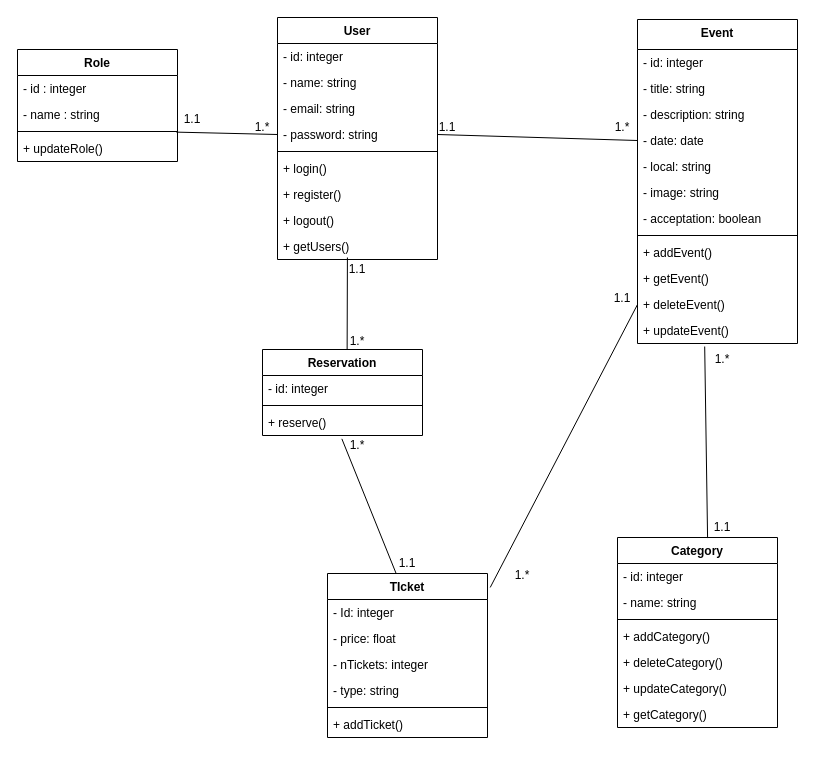
salekelfahim/Evento keeps this draw.io diagram as Conception/DiagrammeDeClasses.drawio. Above is the earlier version. Source tidied: cells renumbered, new cells numbered last; positions are measured from the earlier drawing's top-left corner, leaving out a move shared by most shapes. Both pictures are drawn from the tidied source at 100%, with x=0, y=0 at pixel (17, 17).
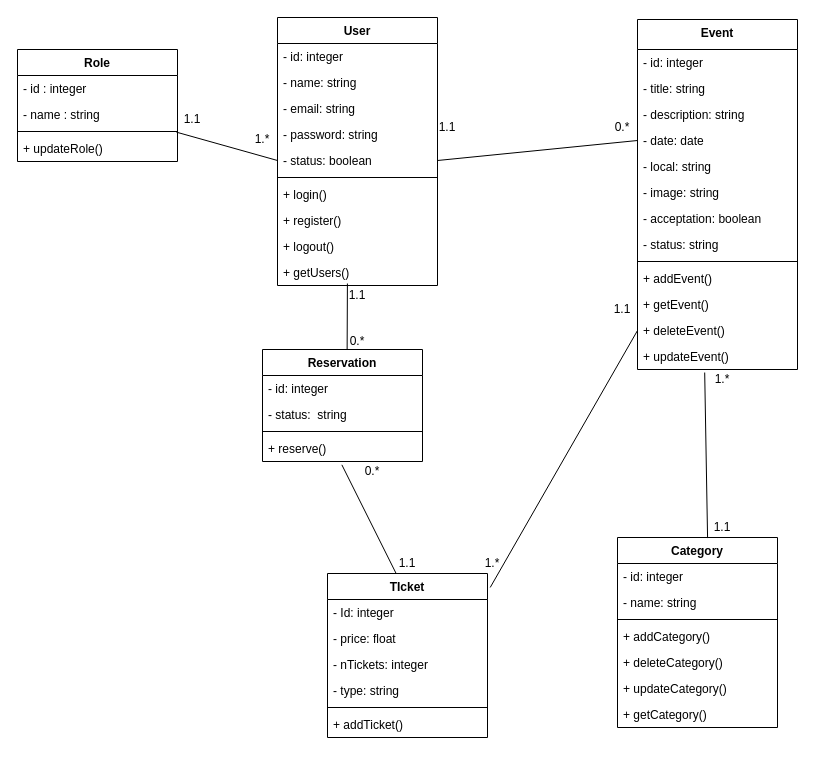
Above is the later version.

Diff of the diagram source:
```diff
@@
     <mxCell id="2" value="User" style="swimlane;fontStyle=1;align=center;verticalAlign=top;horizontal=1;startSize=26;" parent="1" vertex="1">
-      <mxGeometry x="260" width="160" height="242" as="geometry" />
+      <mxGeometry x="260" width="160" height="268" as="geometry" />
     </mxCell>
@@
+    <mxCell id="67" value="- password: string" style="text;strokeColor=none;fillColor=none;align=left;verticalAlign=top;spacingLeft=4;spacingRight=4;overflow=hidden;" parent="2" vertex="1">
+      <mxGeometry y="104" width="160" height="26" as="geometry" />
+    </mxCell>
-    <mxCell id="6" value="- password: string" style="text;strokeColor=none;fillColor=none;align=left;verticalAlign=top;spacingLeft=4;spacingRight=4;overflow=hidden;points=[[0,0.5],[1,0.5]];portConstraint=eastwest;" parent="2" vertex="1">
-      <mxGeometry y="104" width="160" height="26" as="geometry" />
+    <mxCell id="6" value="- status: boolean" style="text;strokeColor=none;fillColor=none;align=left;verticalAlign=top;spacingLeft=4;spacingRight=4;overflow=hidden;points=[[0,0.5],[1,0.5]];portConstraint=eastwest;" parent="2" vertex="1">
+      <mxGeometry y="130" width="160" height="26" as="geometry" />
     </mxCell>
     <mxCell id="7" style="line;strokeWidth=1;fillColor=none;align=left;verticalAlign=middle;spacingTop=-1;spacingLeft=3;spacingRight=3;labelPosition=right;strokeColor=inherit;" parent="2" vertex="1">
-      <mxGeometry y="130" width="160" height="8" as="geometry" />
+      <mxGeometry y="156" width="160" height="8" as="geometry" />
     </mxCell>
     <mxCell id="8" value="+ login()" style="text;strokeColor=none;fillColor=none;align=left;verticalAlign=top;spacingLeft=4;spacingRight=4;overflow=hidden;" parent="2" vertex="1">
-      <mxGeometry y="138" width="160" height="26" as="geometry" />
+      <mxGeometry y="164" width="160" height="26" as="geometry" />
     </mxCell>
     <mxCell id="9" value="+ register()" style="text;strokeColor=none;fillColor=none;align=left;verticalAlign=top;spacingLeft=4;spacingRight=4;overflow=hidden;" parent="2" vertex="1">
-      <mxGeometry y="164" width="160" height="26" as="geometry" />
+      <mxGeometry y="190" width="160" height="26" as="geometry" />
     </mxCell>
     <mxCell id="10" value="+ logout()" style="text;strokeColor=none;fillColor=none;align=left;verticalAlign=top;spacingLeft=4;spacingRight=4;overflow=hidden;" parent="2" vertex="1">
-      <mxGeometry y="190" width="160" height="26" as="geometry" />
+      <mxGeometry y="216" width="160" height="26" as="geometry" />
     </mxCell>
     <mxCell id="11" value="+ getUsers()" style="text;strokeColor=none;fillColor=none;align=left;verticalAlign=top;spacingLeft=4;spacingRight=4;overflow=hidden;points=[[0,0.5],[1,0.5]];portConstraint=eastwest;" parent="2" vertex="1">
-      <mxGeometry y="216" width="160" height="26" as="geometry" />
+      <mxGeometry y="242" width="160" height="26" as="geometry" />
     </mxCell>
     <mxCell id="12" value="Event" style="swimlane;fontStyle=1;align=center;verticalAlign=top;horizontal=1;startSize=30;" parent="1" vertex="1">
-      <mxGeometry x="620" y="2" width="160" height="324" as="geometry" />
+      <mxGeometry x="620" y="2" width="160" height="350" as="geometry" />
     </mxCell>
@@
+    <mxCell id="68" value="- status: string" style="text;strokeColor=none;fillColor=none;align=left;verticalAlign=top;spacingLeft=4;spacingRight=4;overflow=hidden;" parent="12" vertex="1">
+      <mxGeometry y="212" width="160" height="26" as="geometry" />
+    </mxCell>
     <mxCell id="20" style="line;strokeWidth=1;fillColor=none;align=left;verticalAlign=middle;spacingTop=-1;spacingLeft=3;spacingRight=3;labelPosition=right;strokeColor=inherit;" parent="12" vertex="1">
-      <mxGeometry y="212" width="160" height="8" as="geometry" />
+      <mxGeometry y="238" width="160" height="8" as="geometry" />
     </mxCell>
     <mxCell id="21" value="+ addEvent()" style="text;strokeColor=none;fillColor=none;align=left;verticalAlign=top;spacingLeft=4;spacingRight=4;overflow=hidden;" parent="12" vertex="1">
-      <mxGeometry y="220" width="160" height="26" as="geometry" />
+      <mxGeometry y="246" width="160" height="26" as="geometry" />
     </mxCell>
     <mxCell id="22" value="+ getEvent()" style="text;strokeColor=none;fillColor=none;align=left;verticalAlign=top;spacingLeft=4;spacingRight=4;overflow=hidden;" parent="12" vertex="1">
-      <mxGeometry y="246" width="160" height="26" as="geometry" />
+      <mxGeometry y="272" width="160" height="26" as="geometry" />
     </mxCell>
     <mxCell id="23" value="+ deleteEvent()" style="text;strokeColor=none;fillColor=none;align=left;verticalAlign=top;spacingLeft=4;spacingRight=4;overflow=hidden;points=[[0,0.5],[1,0.5]];portConstraint=eastwest;" parent="12" vertex="1">
-      <mxGeometry y="272" width="160" height="26" as="geometry" />
+      <mxGeometry y="298" width="160" height="26" as="geometry" />
     </mxCell>
     <mxCell id="24" value="+ updateEvent()" style="text;strokeColor=none;fillColor=none;align=left;verticalAlign=top;spacingLeft=4;spacingRight=4;overflow=hidden;points=[[0,0.5],[1,0.5]];portConstraint=eastwest;" parent="12" vertex="1">
-      <mxGeometry y="298" width="160" height="26" as="geometry" />
+      <mxGeometry y="324" width="160" height="26" as="geometry" />
     </mxCell>
@@
     <mxCell id="40" value="Reservation" style="swimlane;fontStyle=1;align=center;verticalAlign=top;horizontal=1;startSize=26;" parent="1" vertex="1">
-      <mxGeometry x="245" y="332" width="160" height="86" as="geometry" />
+      <mxGeometry x="245" y="332" width="160" height="112" as="geometry" />
     </mxCell>
@@
+    <mxCell id="69" value="- status:  string" style="text;strokeColor=none;fillColor=none;align=left;verticalAlign=top;spacingLeft=4;spacingRight=4;overflow=hidden;" parent="40" vertex="1">
+      <mxGeometry y="52" width="160" height="26" as="geometry" />
+    </mxCell>
     <mxCell id="42" style="line;strokeWidth=1;fillColor=none;align=left;verticalAlign=middle;spacingTop=-1;spacingLeft=3;spacingRight=3;labelPosition=right;strokeColor=inherit;" parent="40" vertex="1">
-      <mxGeometry y="52" width="160" height="8" as="geometry" />
+      <mxGeometry y="78" width="160" height="8" as="geometry" />
     </mxCell>
     <mxCell id="43" value="+ reserve()" style="text;strokeColor=none;fillColor=none;align=left;verticalAlign=top;spacingLeft=4;spacingRight=4;overflow=hidden;points=[[0,0.5],[1,0.5]];portConstraint=eastwest;" parent="40" vertex="1">
-      <mxGeometry y="60" width="160" height="26" as="geometry" />
+      <mxGeometry y="86" width="160" height="26" as="geometry" />
     </mxCell>
@@
-    <mxCell id="46" value="1.*" style="text;html=1;strokeColor=none;fillColor=none;align=center;verticalAlign=middle;whiteSpace=wrap;rounded=0;" parent="1" vertex="1">
+    <mxCell id="46" value="0.*" style="text;html=1;strokeColor=none;fillColor=none;align=center;verticalAlign=middle;whiteSpace=wrap;rounded=0;" parent="1" vertex="1">
       <mxGeometry x="580" y="100" width="50" height="20" as="geometry" />
     </mxCell>
@@
     <mxCell id="48" value="1.*" style="text;html=1;strokeColor=none;fillColor=none;align=center;verticalAlign=middle;whiteSpace=wrap;rounded=0;" parent="1" vertex="1">
-      <mxGeometry x="680" y="332" width="50" height="20" as="geometry" />
+      <mxGeometry x="680" y="352" width="50" height="20" as="geometry" />
     </mxCell>
@@
     <mxCell id="52" value="1.*" style="text;html=1;strokeColor=none;fillColor=none;align=center;verticalAlign=middle;whiteSpace=wrap;rounded=0;" parent="1" vertex="1">
-      <mxGeometry x="480" y="548" width="50" height="20" as="geometry" />
+      <mxGeometry x="450" y="536" width="50" height="20" as="geometry" />
     </mxCell>
     <mxCell id="53" value="1.1" style="text;html=1;strokeColor=none;fillColor=none;align=center;verticalAlign=middle;whiteSpace=wrap;rounded=0;" parent="1" vertex="1">
-      <mxGeometry x="580" y="271" width="50" height="20" as="geometry" />
+      <mxGeometry x="580" y="282" width="50" height="20" as="geometry" />
     </mxCell>
@@
     <mxCell id="61" value="1.*" style="text;html=1;strokeColor=none;fillColor=none;align=center;verticalAlign=middle;whiteSpace=wrap;rounded=0;" parent="1" vertex="1">
-      <mxGeometry x="220" y="100" width="50" height="20" as="geometry" />
+      <mxGeometry x="220" y="112" width="50" height="20" as="geometry" />
     </mxCell>
-    <mxCell id="62" value="1.*" style="text;html=1;strokeColor=none;fillColor=none;align=center;verticalAlign=middle;whiteSpace=wrap;rounded=0;" parent="1" vertex="1">
+    <mxCell id="62" value="0.*" style="text;html=1;strokeColor=none;fillColor=none;align=center;verticalAlign=middle;whiteSpace=wrap;rounded=0;" parent="1" vertex="1">
       <mxGeometry x="315" y="314" width="50" height="20" as="geometry" />
     </mxCell>
     <mxCell id="63" value="1.1" style="text;html=1;strokeColor=none;fillColor=none;align=center;verticalAlign=middle;whiteSpace=wrap;rounded=0;" parent="1" vertex="1">
-      <mxGeometry x="315" y="242" width="50" height="20" as="geometry" />
+      <mxGeometry x="315" y="268" width="50" height="20" as="geometry" />
     </mxCell>
@@
-    <mxCell id="65" value="1.*" style="text;html=1;strokeColor=none;fillColor=none;align=center;verticalAlign=middle;whiteSpace=wrap;rounded=0;" parent="1" vertex="1">
-      <mxGeometry x="315" y="418" width="50" height="20" as="geometry" />
+    <mxCell id="65" value="0.*" style="text;html=1;strokeColor=none;fillColor=none;align=center;verticalAlign=middle;whiteSpace=wrap;rounded=0;" parent="1" vertex="1">
+      <mxGeometry x="330" y="444" width="50" height="20" as="geometry" />
     </mxCell>
```
